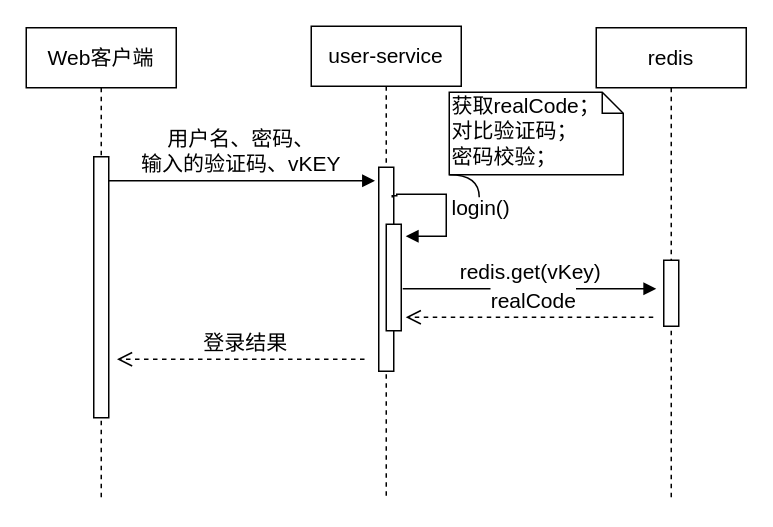
Earlier version of the draw.io diagram page "sequence-login" (2 of 4) of CDRS/module-design.drawio (waterwatermelon/graph). Source tidied: cells renumbered, new cells numbered last; positions are measured from the earlier drawing's top-left corner, leaving out a move shared by most shapes. Both pictures are drawn from the tidied source at 150%, with x=0, y=0 at pixel (26, 26).
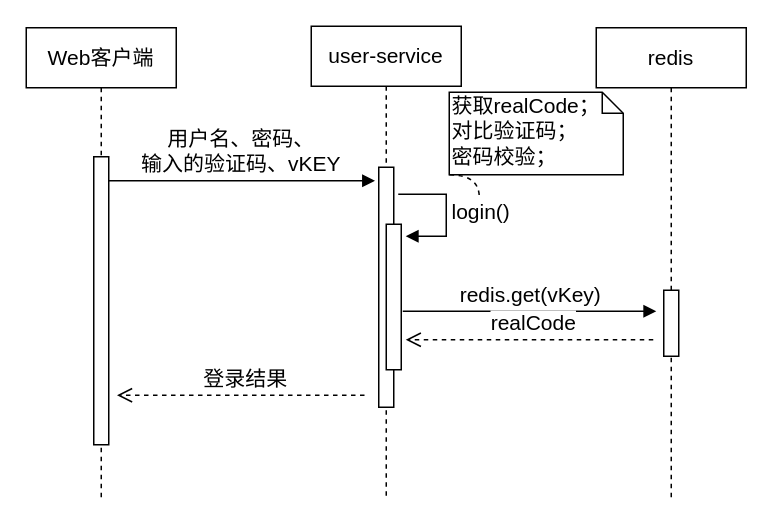
The same diagram, later.

Unchanged cells that the change refers to:
```xml
<mxCell id="2" value="user-service" style="shape=umlLifeline;perimeter=lifelinePerimeter;whiteSpace=wrap;html=1;fontSize=14;" parent="1" vertex="1">
  <mxGeometry x="190" width="100" height="315" as="geometry" />
</mxCell>
<mxCell id="6" value="redis" style="shape=umlLifeline;perimeter=lifelinePerimeter;whiteSpace=wrap;html=1;fontSize=14;" parent="1" vertex="1">
  <mxGeometry x="380" y="1" width="100" height="315" as="geometry" />
</mxCell>
<mxCell id="12" value="&lt;span style=&quot;white-space: nowrap; font-size: 14px;&quot;&gt;获取real&lt;/span&gt;&lt;span style=&quot;white-space: nowrap; font-size: 14px;&quot;&gt;Code；&lt;br style=&quot;font-size: 14px;&quot;&gt;&lt;/span&gt;对比验证码；&lt;br style=&quot;font-size: 14px;&quot;&gt;密码校验；" style="shape=note;whiteSpace=wrap;html=1;size=14;verticalAlign=top;align=left;spacingTop=-6;fontSize=14;" parent="1" vertex="1">
  <mxGeometry x="282" y="44" width="116" height="55" as="geometry" />
</mxCell>
<mxCell id="14" value="Web客户端" style="shape=umlLifeline;perimeter=lifelinePerimeter;whiteSpace=wrap;html=1;fontSize=14;" parent="1" vertex="1">
  <mxGeometry y="1" width="100" height="315" as="geometry" />
</mxCell>
```

Change to the diagram source:
```diff
@@
     <mxCell id="3" style="html=1;points=[];perimeter=orthogonalPerimeter;fontSize=14;" parent="2" vertex="1">
-      <mxGeometry x="45" y="94" width="10" height="136" as="geometry" />
+      <mxGeometry x="45" y="94" width="10" height="160" as="geometry" />
     </mxCell>
     <mxCell id="4" style="html=1;perimeter=orthogonalPerimeter;fontSize=14;" parent="2" vertex="1">
-      <mxGeometry x="50" y="132" width="10" height="71" as="geometry" />
+      <mxGeometry x="50" y="132" width="10" height="97" as="geometry" />
     </mxCell>
-    <mxCell id="5" value="login()" style="edgeStyle=orthogonalEdgeStyle;html=1;align=left;spacingLeft=2;endArrow=block;rounded=0;fontSize=14;exitX=0.9;exitY=0.148;exitDx=0;exitDy=0;exitPerimeter=0;" parent="2" edge="1" source="3">
+    <mxCell id="5" value="login()" style="edgeStyle=orthogonalEdgeStyle;html=1;align=left;spacingLeft=2;endArrow=block;rounded=0;fontSize=14;" parent="2" edge="1">
       <mxGeometry relative="1" as="geometry">
+        <mxPoint x="58" y="112" as="sourcePoint" />
         <mxPoint x="63" y="140" as="targetPoint" />
         <Array as="points">
-          <mxPoint x="57" y="113" />
-          <mxPoint x="57" y="112" />
           <mxPoint x="90" y="112" />
           <mxPoint x="90" y="140" />
         </Array>
       </mxGeometry>
     </mxCell>
@@
     <mxCell id="7" style="html=1;perimeter=orthogonalPerimeter;fontSize=14;" parent="6" vertex="1">
-      <mxGeometry x="45" y="155" width="10" height="44" as="geometry" />
+      <mxGeometry x="45" y="175" width="10" height="44" as="geometry" />
     </mxCell>
@@
     <mxCell id="9" value="redis.get(vKey)" style="html=1;verticalAlign=bottom;endArrow=block;fontSize=14;" parent="1" edge="1">
       <mxGeometry relative="1" as="geometry">
-        <mxPoint x="251" y="175" as="sourcePoint" />
-        <mxPoint x="420" y="175" as="targetPoint" />
+        <mxPoint x="251" y="190" as="sourcePoint" />
+        <mxPoint x="420" y="190" as="targetPoint" />
       </mxGeometry>
     </mxCell>
     <mxCell id="10" value="realCode" style="html=1;verticalAlign=bottom;endArrow=open;dashed=1;endSize=8;fontSize=14;" parent="1" edge="1">
       <mxGeometry x="-0.03" relative="1" as="geometry">
-        <mxPoint x="418" y="194" as="sourcePoint" />
-        <mxPoint x="253" y="194" as="targetPoint" />
+        <mxPoint x="418" y="209" as="sourcePoint" />
+        <mxPoint x="253" y="209" as="targetPoint" />
       </mxGeometry>
     </mxCell>
-    <mxCell id="11" style="edgeStyle=orthogonalEdgeStyle;curved=1;rounded=0;jettySize=auto;html=1;exitX=0;exitY=1;exitDx=0;exitDy=0;exitPerimeter=0;endArrow=none;endFill=0;fontSize=14;" parent="1" edge="1" source="12">
+    <mxCell id="11" style="edgeStyle=orthogonalEdgeStyle;curved=1;rounded=0;jettySize=auto;html=1;exitX=0;exitY=1;exitDx=0;exitDy=0;exitPerimeter=0;endArrow=none;endFill=0;fontSize=14;dashed=1;" parent="1" edge="1" source="12">
       <mxGeometry relative="1" as="geometry">
         <mxPoint x="302" y="114" as="targetPoint" />
       </mxGeometry>
     </mxCell>
@@
     <mxCell id="13" value="登录结果" style="html=1;verticalAlign=bottom;endArrow=open;dashed=1;endSize=8;fontSize=14;" parent="1" edge="1">
       <mxGeometry x="-0.03" relative="1" as="geometry">
-        <mxPoint x="225.5" y="222" as="sourcePoint" />
-        <mxPoint x="60.5" y="222" as="targetPoint" />
+        <mxPoint x="225.5" y="246" as="sourcePoint" />
+        <mxPoint x="60.5" y="246" as="targetPoint" />
       </mxGeometry>
     </mxCell>
@@
     <mxCell id="15" style="html=1;perimeter=orthogonalPerimeter;strokeWidth=1;fontSize=14;strokeColor=#000000;" parent="14" vertex="1">
-      <mxGeometry x="45" y="86" width="10" height="174" as="geometry" />
+      <mxGeometry x="45" y="86" width="10" height="192" as="geometry" />
     </mxCell>
```
